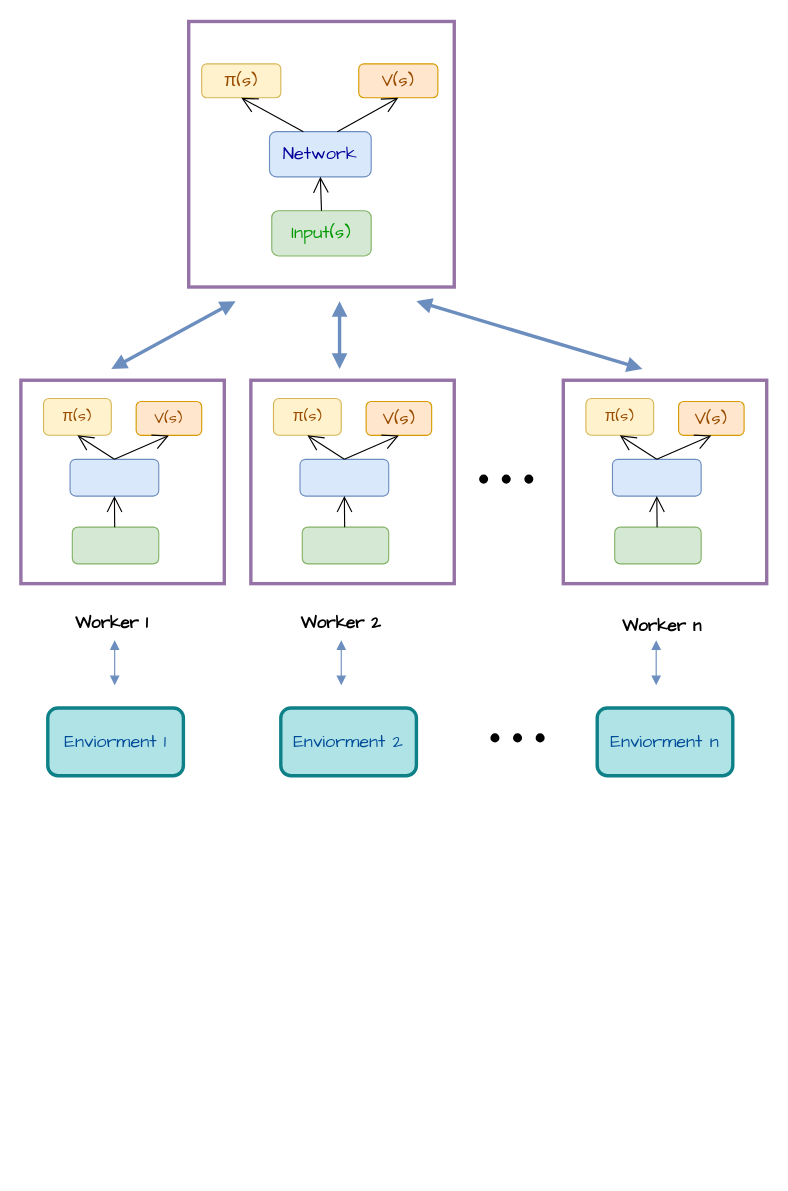
The draw.io diagram A3C.drawio in cola1998/CSDN-, before the edit. Source tidied: cells renumbered, new cells numbered last; positions are measured from the earlier drawing's top-left corner, leaving out a move shared by most shapes. Both pictures are drawn from the tidied source at 113%, with x=0, y=0 at pixel (20, 20).
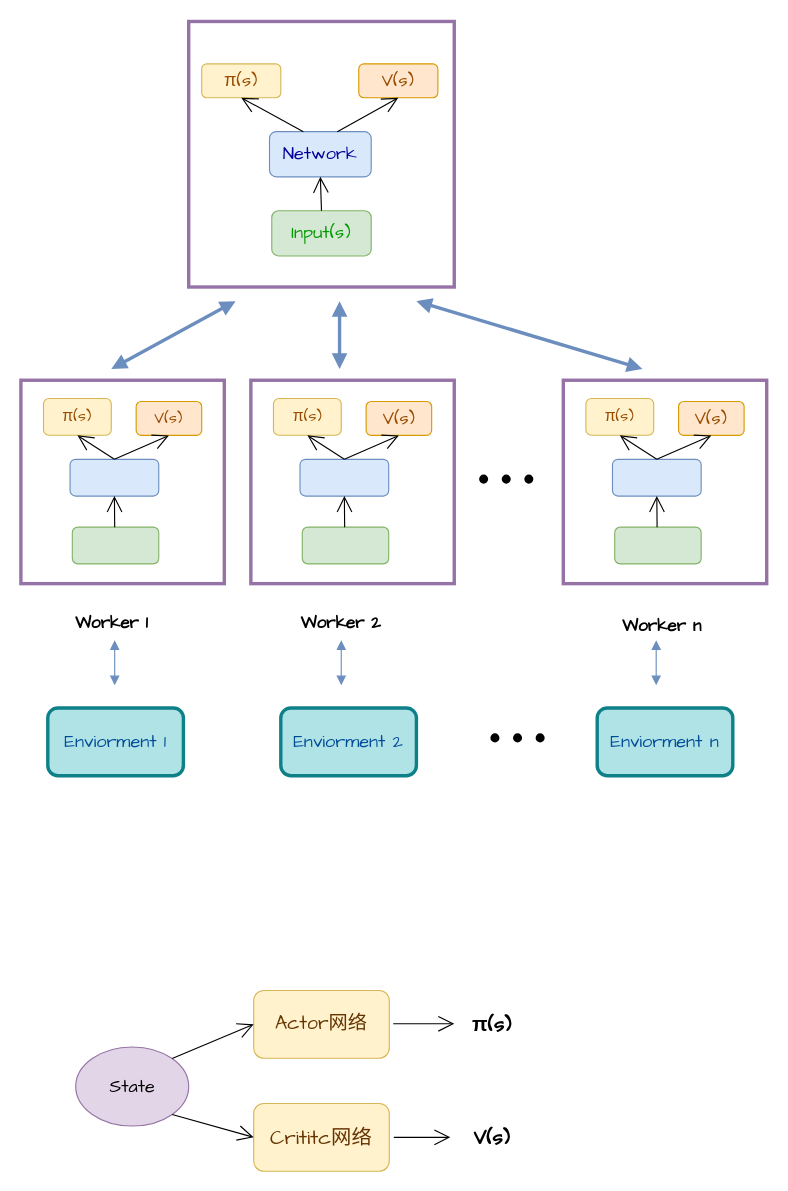
After the change.

The edit, as a diff of the source:
```diff
@@
+    <mxCell id="53" value="&lt;font face=&quot;Comic Sans MS&quot; style=&quot;font-size: 16px&quot;&gt;State&lt;/font&gt;" style="ellipse;whiteSpace=wrap;html=1;fillColor=#e1d5e7;strokeColor=#9673a6;" parent="1" vertex="1">
+      <mxGeometry x="48.5" y="908" width="100" height="70" as="geometry" />
+    </mxCell>
+    <mxCell id="54" value="&lt;font color=&quot;#663300&quot; face=&quot;Comic Sans MS&quot; size=&quot;4&quot;&gt;Crititc网络&lt;/font&gt;" style="rounded=1;whiteSpace=wrap;html=1;fillColor=#fff2cc;strokeColor=#d6b656;" parent="1" vertex="1">
+      <mxGeometry x="206" y="958" width="120" height="60" as="geometry" />
+    </mxCell>
+    <mxCell id="55" value="&lt;p style=&quot;text-align: center ; color: rgb(0 , 0 , 0) ; text-transform: none ; text-indent: 0px ; letter-spacing: normal ; font-family: &amp;#34;quot&amp;#34; ; font-style: normal ; font-variant: normal ; font-weight: 400 ; text-decoration: none ; word-spacing: 0px ; background-color: transparent&quot;&gt;&lt;/p&gt;" style="text;whiteSpace=wrap;html=1;fontSize=16;fontFamily=Comic Sans MS;" parent="1" vertex="1">
+      <mxGeometry x="437" y="938" width="60" height="70" as="geometry" />
+    </mxCell>
+    <mxCell id="56" value="&lt;p style=&quot;text-align: center ; text-transform: none ; text-indent: 0px ; letter-spacing: normal ; font-size: 18px ; font-style: normal ; font-variant: normal ; text-decoration: none ; word-spacing: 0px ; background-color: transparent&quot;&gt;&lt;font color=&quot;#000000&quot; face=&quot;Comic Sans MS&quot; style=&quot;font-size: 18px&quot;&gt;&lt;b&gt;π(s)&lt;/b&gt;&lt;/font&gt;&lt;/p&gt;" style="text;html=1;strokeColor=none;fillColor=none;align=center;verticalAlign=middle;whiteSpace=wrap;rounded=0;fontFamily=Comic Sans MS;fontSize=16;" parent="1" vertex="1">
+      <mxGeometry x="387" y="873" width="60" height="30" as="geometry" />
+    </mxCell>
+    <mxCell id="57" value="&lt;font color=&quot;#000000&quot; style=&quot;font-size: 18px&quot;&gt;&lt;b&gt;V(s)&lt;/b&gt;&lt;/font&gt;" style="text;html=1;strokeColor=none;fillColor=none;align=center;verticalAlign=middle;whiteSpace=wrap;rounded=0;fontFamily=Comic Sans MS;fontSize=16;" parent="1" vertex="1">
+      <mxGeometry x="387" y="973" width="60" height="30" as="geometry" />
+    </mxCell>
+    <mxCell id="58" value="&lt;font color=&quot;#663300&quot; face=&quot;Comic Sans MS&quot; style=&quot;font-size: 17px&quot;&gt;Actor网络&lt;/font&gt;" style="rounded=1;whiteSpace=wrap;html=1;fillColor=#fff2cc;strokeColor=#d6b656;" parent="1" vertex="1">
+      <mxGeometry x="206" y="858" width="120" height="60" as="geometry" />
+    </mxCell>
+    <mxCell id="59" style="endArrow=open;endFill=1;endSize=12;html=1;rounded=0;fontFamily=Comic Sans MS;fontSize=21;fontColor=#663300;entryX=0;entryY=0.5;entryDx=0;entryDy=0;exitX=1;exitY=0;exitDx=0;exitDy=0;" parent="1" edge="1" source="53" target="58">
+      <mxGeometry relative="1" as="geometry" />
+    </mxCell>
+    <mxCell id="60" style="endArrow=open;endFill=1;endSize=12;html=1;rounded=0;fontFamily=Comic Sans MS;fontSize=21;fontColor=#663300;entryX=0;entryY=0.5;entryDx=0;entryDy=0;exitX=1;exitY=1;exitDx=0;exitDy=0;" parent="1" edge="1" source="53" target="54">
+      <mxGeometry relative="1" as="geometry" />
+    </mxCell>
+    <mxCell id="61" style="endArrow=open;endFill=1;endSize=12;html=1;rounded=0;fontFamily=Comic Sans MS;fontSize=21;fontColor=#663300;" parent="1" edge="1">
+      <mxGeometry relative="1" as="geometry">
+        <mxPoint x="330" y="988" as="sourcePoint" />
+        <mxPoint x="380" y="988" as="targetPoint" />
+      </mxGeometry>
+    </mxCell>
+    <mxCell id="62" style="endArrow=open;endFill=1;endSize=12;html=1;rounded=0;fontFamily=Comic Sans MS;fontSize=21;fontColor=#663300;exitX=1;exitY=0.5;exitDx=0;exitDy=0;" parent="1" edge="1">
+      <mxGeometry relative="1" as="geometry">
+        <mxPoint x="329.5" y="887.5" as="sourcePoint" />
+        <mxPoint x="383.5" y="887.5" as="targetPoint" />
+      </mxGeometry>
+    </mxCell>
```
